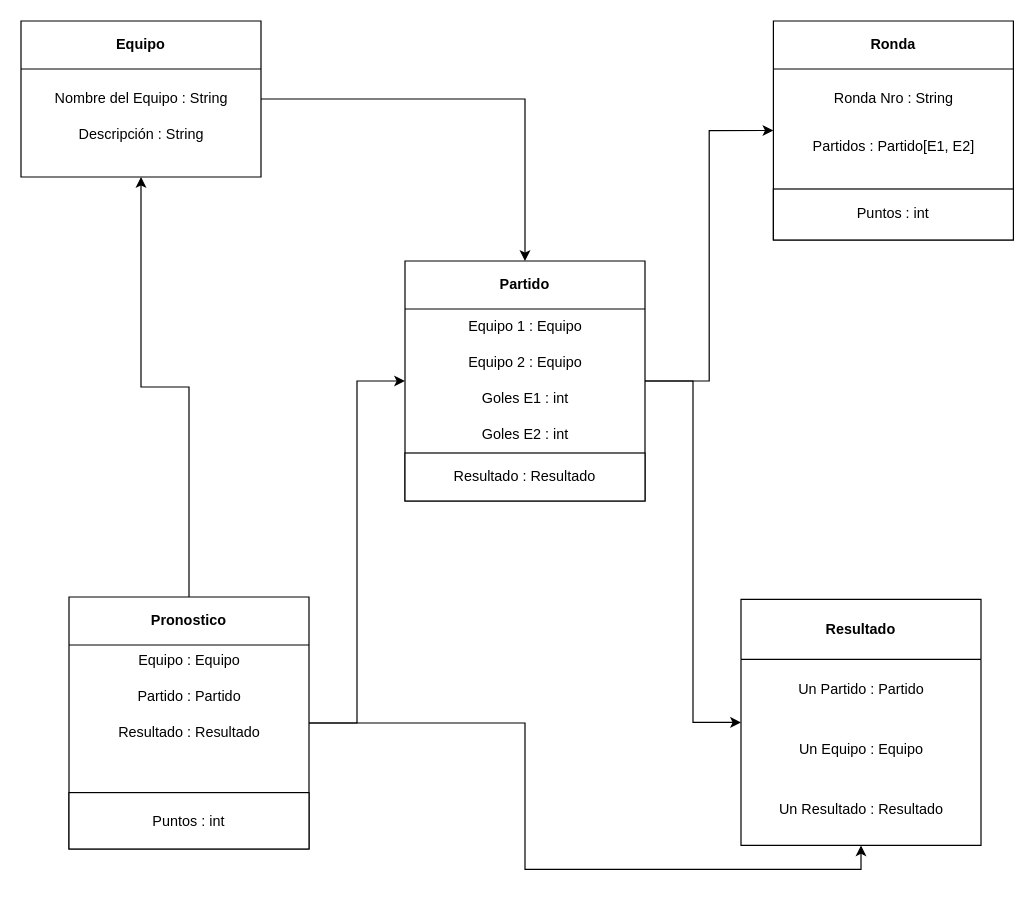
The draw.io diagram Trabajo integrador.drawio in DanidelSur/Trabajo-Integrador-JAVA, before the edit. Source tidied: cells renumbered, new cells numbered last; positions are measured from the earlier drawing's top-left corner, leaving out a move shared by most shapes. Both pictures are drawn from the tidied source at 120%, with x=0, y=0 at pixel (20, 20).
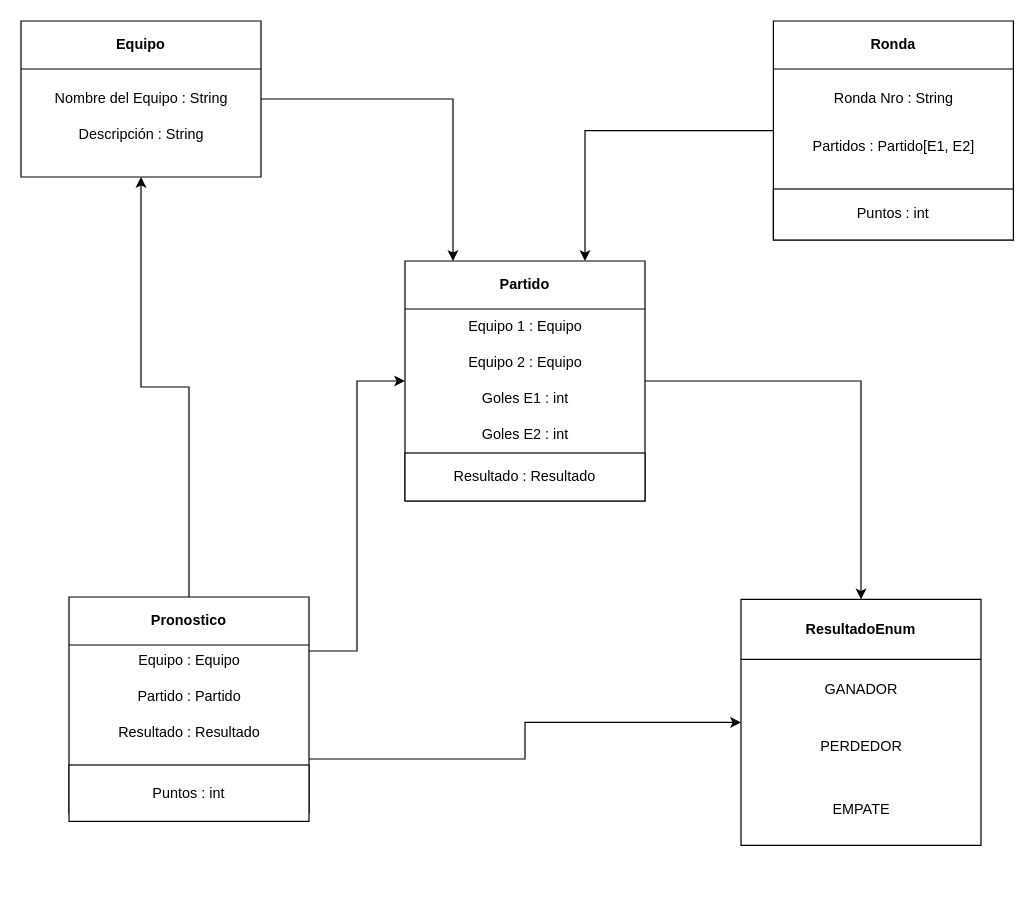
The same diagram, later.

Unchanged cells that the change refers to:
```xml
<mxCell id="3" value="Equipo" style="swimlane;whiteSpace=wrap;html=1;startSize=40;" parent="1" vertex="1">
  <mxGeometry width="200" height="130" as="geometry" />
</mxCell>
<mxCell id="8" value="Partido" style="swimlane;whiteSpace=wrap;html=1;startSize=40;" parent="1" vertex="1">
  <mxGeometry x="320" y="200" width="200" height="200" as="geometry" />
</mxCell>
<mxCell id="22" value="Ronda" style="swimlane;whiteSpace=wrap;html=1;startSize=40;" parent="1" vertex="1">
  <mxGeometry x="627" width="200" height="182.5" as="geometry" />
</mxCell>
```

Diff of the diagram source:
```diff
@@
-    <mxCell id="2" style="edgeStyle=orthogonalEdgeStyle;rounded=0;jettySize=auto;html=1;entryX=0.5;entryY=0;entryDx=0;entryDy=0;" parent="1" edge="1" source="3" target="8">
-      <mxGeometry relative="1" as="geometry" />
+    <mxCell id="2" style="edgeStyle=orthogonalEdgeStyle;rounded=0;jettySize=auto;html=1;" parent="1" edge="1" source="3" target="8">
+      <mxGeometry relative="1" as="geometry">
+        <Array as="points">
+          <mxPoint x="360" y="65" />
+        </Array>
+      </mxGeometry>
     </mxCell>
@@
-    <mxCell id="6" style="edgeStyle=orthogonalEdgeStyle;rounded=0;jettySize=auto;html=1;entryX=0;entryY=0.5;entryDx=0;entryDy=0;" parent="1" edge="1" source="8" target="22">
-      <mxGeometry relative="1" as="geometry" />
-    </mxCell>
-    <mxCell id="7" style="edgeStyle=orthogonalEdgeStyle;rounded=0;jettySize=auto;html=1;entryX=0;entryY=0.5;entryDx=0;entryDy=0;" parent="1" edge="1" source="8" target="26">
+    <mxCell id="7" style="edgeStyle=orthogonalEdgeStyle;rounded=0;jettySize=auto;html=1;entryX=0.5;entryY=0;entryDx=0;entryDy=0;" parent="1" edge="1" source="8" target="26">
       <mxGeometry relative="1" as="geometry" />
     </mxCell>
@@
-    <mxCell id="15" style="edgeStyle=orthogonalEdgeStyle;rounded=0;jettySize=auto;html=1;entryX=0;entryY=0.5;entryDx=0;entryDy=0;" parent="1" edge="1" source="17" target="8">
+    <mxCell id="15" style="edgeStyle=orthogonalEdgeStyle;rounded=0;jettySize=auto;html=1;entryX=0;entryY=0.5;entryDx=0;entryDy=0;exitX=1;exitY=0.25;exitDx=0;exitDy=0;" parent="1" edge="1" source="17" target="8">
       <mxGeometry relative="1" as="geometry" />
     </mxCell>
-    <mxCell id="16" style="edgeStyle=orthogonalEdgeStyle;rounded=0;jettySize=auto;html=1;entryX=0.5;entryY=1;entryDx=0;entryDy=0;" parent="1" edge="1" source="17" target="26">
+    <mxCell id="16" style="edgeStyle=orthogonalEdgeStyle;rounded=0;jettySize=auto;html=1;entryX=0;entryY=0.5;entryDx=0;entryDy=0;exitX=1;exitY=0.75;exitDx=0;exitDy=0;" parent="1" edge="1" source="17" target="26">
       <mxGeometry relative="1" as="geometry" />
     </mxCell>
     <mxCell id="17" value="Pronostico" style="swimlane;whiteSpace=wrap;html=1;startSize=40;" parent="1" vertex="1">
-      <mxGeometry x="40" y="480" width="200" height="210" as="geometry" />
+      <mxGeometry x="40" y="480" width="200" height="180" as="geometry" />
     </mxCell>
     <mxCell id="18" value="Puntos : int" style="rounded=0;whiteSpace=wrap;html=1;" parent="17" vertex="1">
-      <mxGeometry y="163" width="200" height="47" as="geometry" />
+      <mxGeometry y="140" width="200" height="47" as="geometry" />
     </mxCell>
@@
+    <mxCell id="30" style="edgeStyle=orthogonalEdgeStyle;rounded=0;jettySize=auto;html=1;entryX=0.75;entryY=0;entryDx=0;entryDy=0;" parent="1" edge="1" source="22" target="8">
+      <mxGeometry relative="1" as="geometry" />
+    </mxCell>
@@
-    <mxCell id="26" value="Resultado" style="swimlane;whiteSpace=wrap;html=1;startSize=50;" parent="1" vertex="1">
+    <mxCell id="26" value="ResultadoEnum" style="swimlane;whiteSpace=wrap;html=1;startSize=50;" parent="1" vertex="1">
       <mxGeometry x="600" y="482" width="200" height="205" as="geometry" />
     </mxCell>
-    <mxCell id="27" value="Un Partido : Partido" style="text;html=1;align=center;verticalAlign=middle;strokeColor=none;fillColor=none;" parent="26" vertex="1">
-      <mxGeometry x="35" y="60" width="130" height="30" as="geometry" />
+    <mxCell id="27" value="GANADOR" style="text;html=1;align=center;verticalAlign=middle;strokeColor=none;fillColor=none;" parent="26" vertex="1">
+      <mxGeometry x="60" y="60" width="80" height="30" as="geometry" />
     </mxCell>
-    <mxCell id="28" value="Un Equipo : Equipo" style="text;html=1;align=center;verticalAlign=middle;strokeColor=none;fillColor=none;" parent="26" vertex="1">
-      <mxGeometry x="35" y="110" width="130" height="30" as="geometry" />
-    </mxCell>
-    <mxCell id="29" value="Un Resultado : Resultado" style="text;html=1;align=center;verticalAlign=middle;strokeColor=none;fillColor=none;" parent="26" vertex="1">
-      <mxGeometry x="20" y="160" width="160" height="30" as="geometry" />
+    <mxCell id="29" value="EMPATE" style="text;html=1;align=center;verticalAlign=middle;strokeColor=none;fillColor=none;" parent="26" vertex="1">
+      <mxGeometry x="65" y="160" width="70" height="30" as="geometry" />
     </mxCell>
+    <mxCell id="31" value="PERDEDOR" style="text;html=1;align=center;verticalAlign=middle;strokeColor=none;fillColor=none;" parent="26" vertex="1">
+      <mxGeometry x="55" y="108" width="90" height="30" as="geometry" />
+    </mxCell>
```
